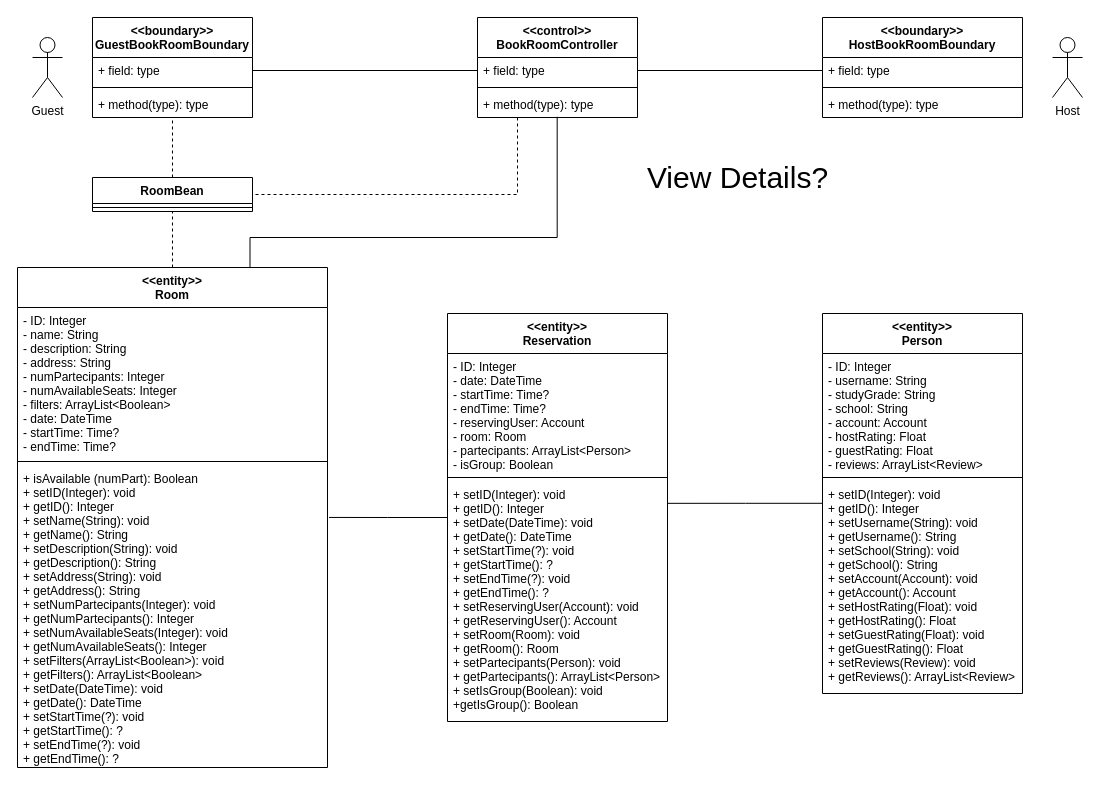
Above: Deliverables/VoPC/VoPC BookRoom.drawio in nic-agos/DoveStudi (draw.io), before the change. Source tidied: cells renumbered, new cells numbered last; positions are measured from the earlier drawing's top-left corner, leaving out a move shared by most shapes. Both pictures are drawn from the tidied source at 100%, with x=0, y=0 at pixel (17, 17).
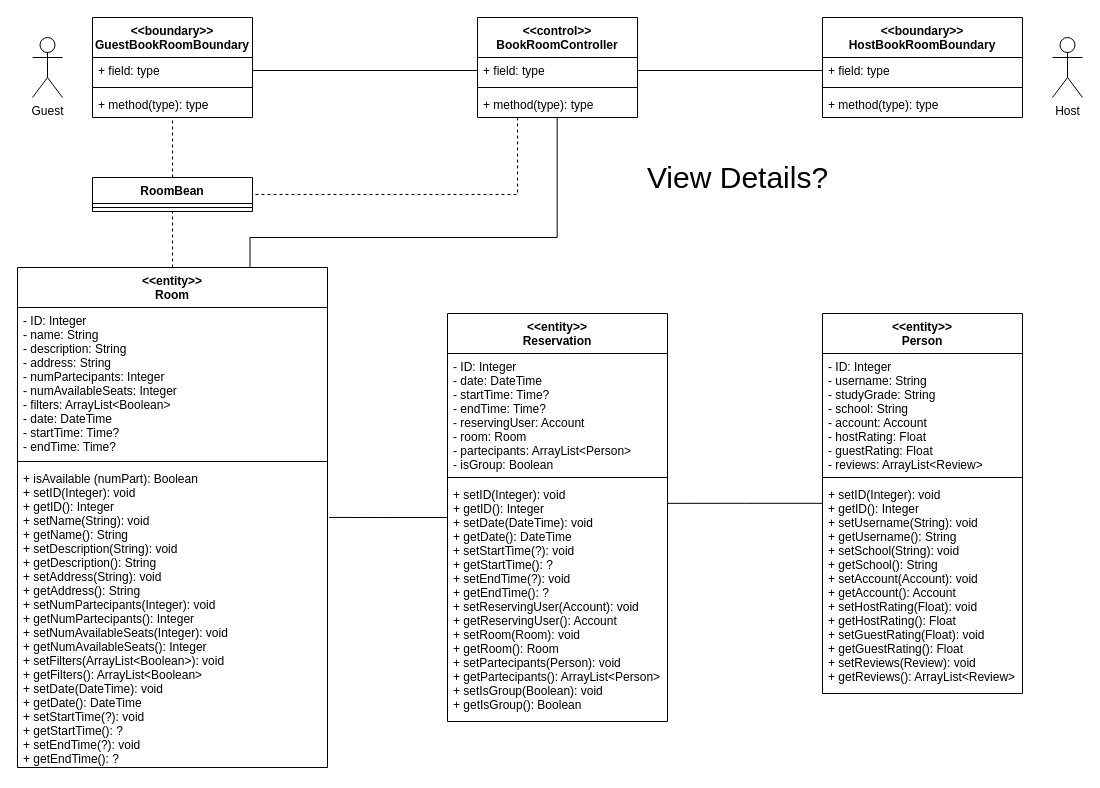
After the change.

The change refers to these unchanged cells:
```xml
<mxCell id="30" value="&lt;&lt;entity&gt;&gt;&#10;Reservation" style="swimlane;fontStyle=1;align=center;verticalAlign=top;horizontal=1;startSize=40;" parent="1" vertex="1">
  <mxGeometry x="430" y="296" width="220" height="408" as="geometry" />
</mxCell>
```

What changed in the source:
```diff
@@
-    <mxCell id="33" value="+ setID(Integer): void &#10;+ getID(): Integer&#10;+ setDate(DateTime): void&#10;+ getDate(): DateTime&#10;+ setStartTime(?): void&#10;+ getStartTime(): ?&#10;+ setEndTime(?): void&#10;+ getEndTime(): ?&#10;+ setReservingUser(Account): void&#10;+ getReservingUser(): Account&#10;+ setRoom(Room): void&#10;+ getRoom(): Room&#10;+ setPartecipants(Person): void&#10;+ getPartecipants(): ArrayList&lt;Person&gt;&#10;+ setIsGroup(Boolean): void&#10;+getIsGroup(): Boolean" style="text;strokeColor=none;fillColor=none;align=left;verticalAlign=top;spacingLeft=4;spacingRight=4;overflow=hidden;points=[[0,0.5],[1,0.5]];portConstraint=eastwest;" parent="30" vertex="1">
+    <mxCell id="33" value="+ setID(Integer): void &#10;+ getID(): Integer&#10;+ setDate(DateTime): void&#10;+ getDate(): DateTime&#10;+ setStartTime(?): void&#10;+ getStartTime(): ?&#10;+ setEndTime(?): void&#10;+ getEndTime(): ?&#10;+ setReservingUser(Account): void&#10;+ getReservingUser(): Account&#10;+ setRoom(Room): void&#10;+ getRoom(): Room&#10;+ setPartecipants(Person): void&#10;+ getPartecipants(): ArrayList&lt;Person&gt;&#10;+ setIsGroup(Boolean): void&#10;+ getIsGroup(): Boolean" style="text;strokeColor=none;fillColor=none;align=left;verticalAlign=top;spacingLeft=4;spacingRight=4;overflow=hidden;points=[[0,0.5],[1,0.5]];portConstraint=eastwest;" parent="30" vertex="1">
       <mxGeometry y="168" width="220" height="240" as="geometry" />
     </mxCell>
```
